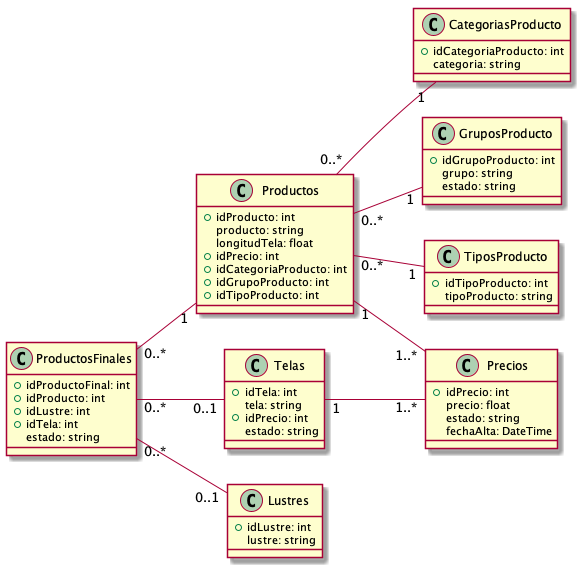
ZMGestion/DocumentacionZMGestion keeps this PlantUML diagram as Informe Final/Imagenes/DiagramaClases/Vistas/vistaProductos.png. Above is the earlier version. Source of this version:
```plantuml
@startuml vistaProductos
class Productos{
    +idProducto: int
    producto: string
    longitudTela: float
    +idPrecio: int
    +idCategoriaProducto: int
    +idGrupoProducto: int
    +idTipoProducto: int
}
class CategoriasProducto{
    +idCategoriaProducto: int
    categoria: string
}
class GruposProducto{
    +idGrupoProducto: int
    grupo: string
    estado: string
}
class Telas{
    +idTela: int
    tela: string
    +idPrecio: int
    estado: string
}
class Lustres{
    +idLustre: int
    lustre: string
}
class Precios{
    +idPrecio: int
    precio: float
    estado: string
    fechaAlta: DateTime
}
class ProductosFinales{
    +idProductoFinal: int
    +idProducto: int
    +idLustre: int
    +idTela: int
    estado: string
}
class TiposProducto{
    +idTipoProducto: int
    tipoProducto: string
}

left to right direction
Productos "0..*" -- "1" CategoriasProducto
Productos "0..*" -- "1" GruposProducto
Productos "1"-- "1..*" Precios
Productos "0..*" -- "1" TiposProducto
Telas "1"-- "1..*" Precios
ProductosFinales "0..*"--"1" Productos
ProductosFinales "0..*"--"0..1" Telas
ProductosFinales "0..*"--"0..1" Lustres
@enduml
```
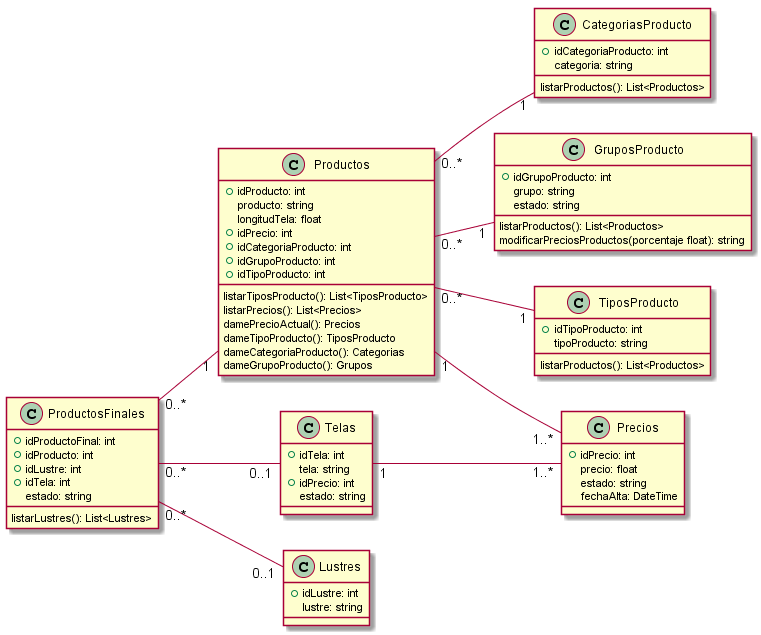
The same diagram one commit later.

What changed in the source:
```diff
@@ -7,15 +7,27 @@
     +idCategoriaProducto: int
     +idGrupoProducto: int
     +idTipoProducto: int
+
+    listarTiposProducto(): List<TiposProducto>
+    listarPrecios(): List<Precios>
+    damePrecioActual(): Precios
+    dameTipoProducto(): TiposProducto
+    dameCategoriaProducto(): Categorias
+    dameGrupoProducto(): Grupos
 }
 class CategoriasProducto{
     +idCategoriaProducto: int
     categoria: string
+
+    listarProductos(): List<Productos>
 }
 class GruposProducto{
     +idGrupoProducto: int
     grupo: string
     estado: string
+
+    listarProductos(): List<Productos>
+    modificarPreciosProductos(porcentaje float): string
 }
 class Telas{
     +idTela: int
@@ -39,10 +51,14 @@
     +idLustre: int
     +idTela: int
     estado: string
+
+    listarLustres(): List<Lustres>
 }
 class TiposProducto{
     +idTipoProducto: int
     tipoProducto: string
+
+    listarProductos(): List<Productos>
 }
 
 left to right direction
```
